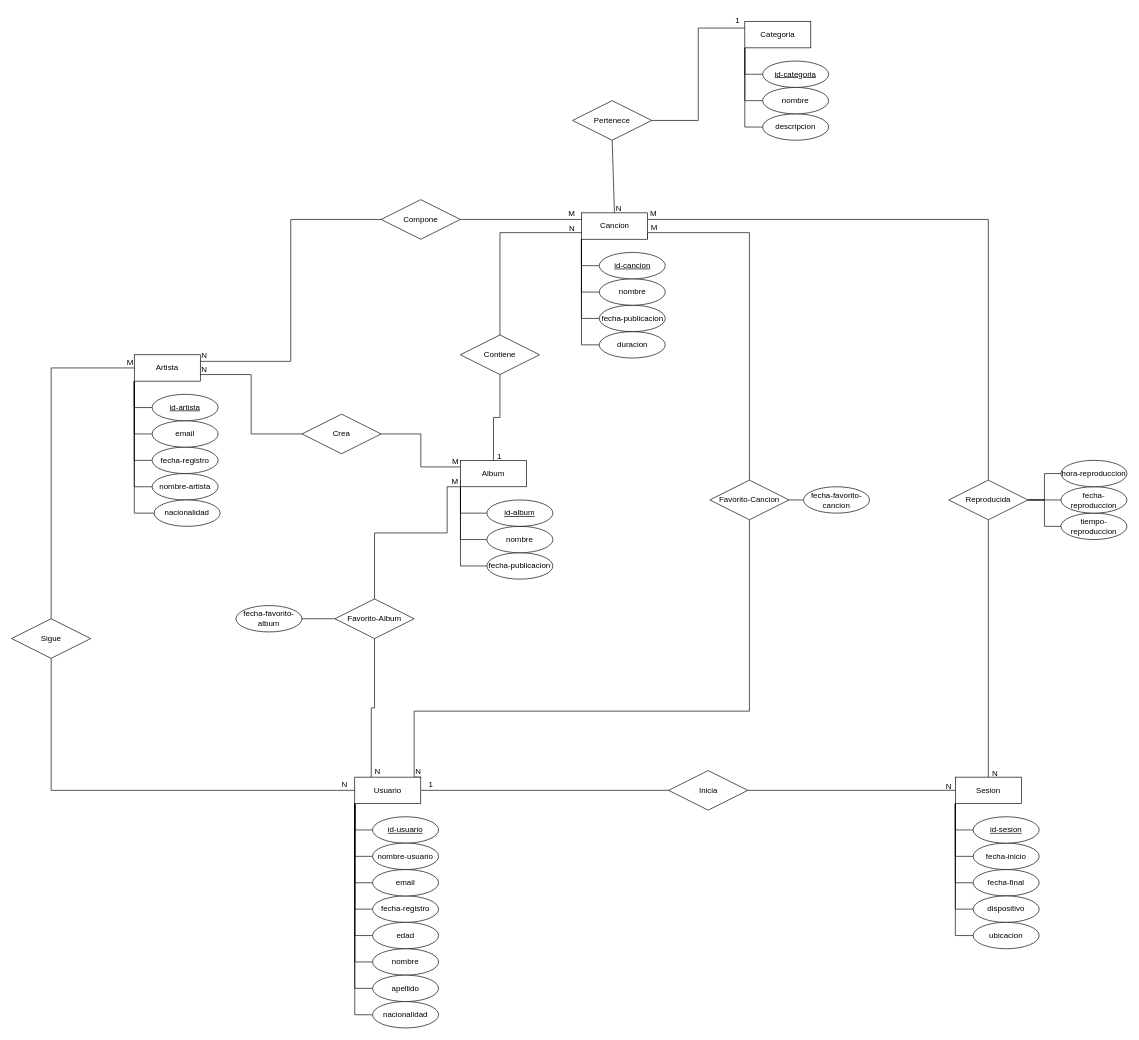
This is modelado-conceptual/diagrama-plataforma-streaming.drawio from JoelErHu/IFSPP-BD, a draw.io file, before an edit. Source tidied: cells renumbered, new cells numbered last; positions are measured from the earlier drawing's top-left corner, leaving out a move shared by most shapes. Both pictures are drawn from the tidied source at 66%, with x=0, y=0 at pixel (11, 11).
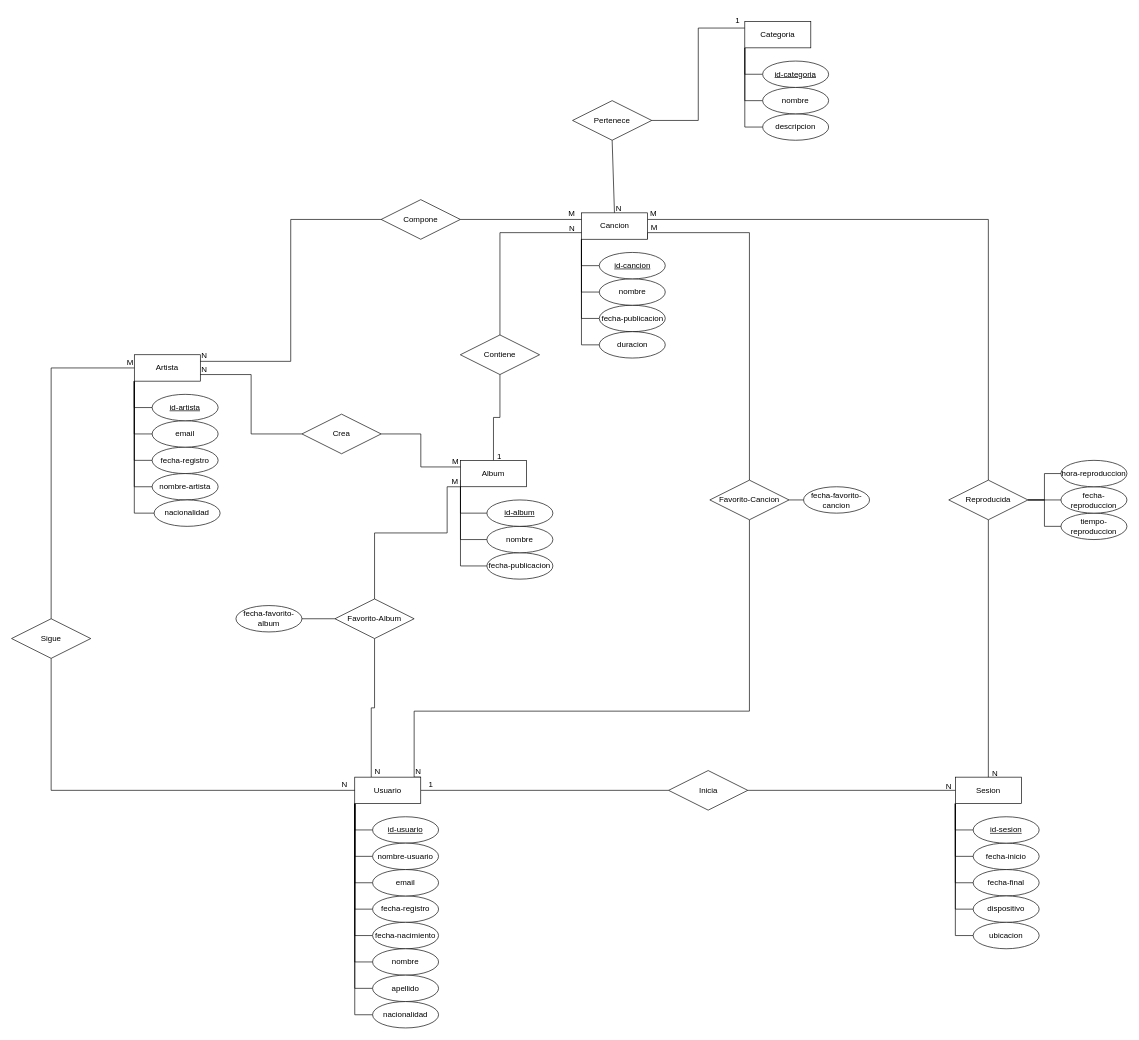
The same diagram, later.

Change to the diagram source:
```diff
@@
-    <mxCell id="36" value="edad" style="ellipse;whiteSpace=wrap;html=1;align=center;" parent="1" vertex="1">
+    <mxCell id="36" value="fecha-nacimiento" style="ellipse;whiteSpace=wrap;html=1;align=center;" parent="1" vertex="1">
       <mxGeometry x="547" y="1380" width="100" height="40" as="geometry" />
     </mxCell>
```
